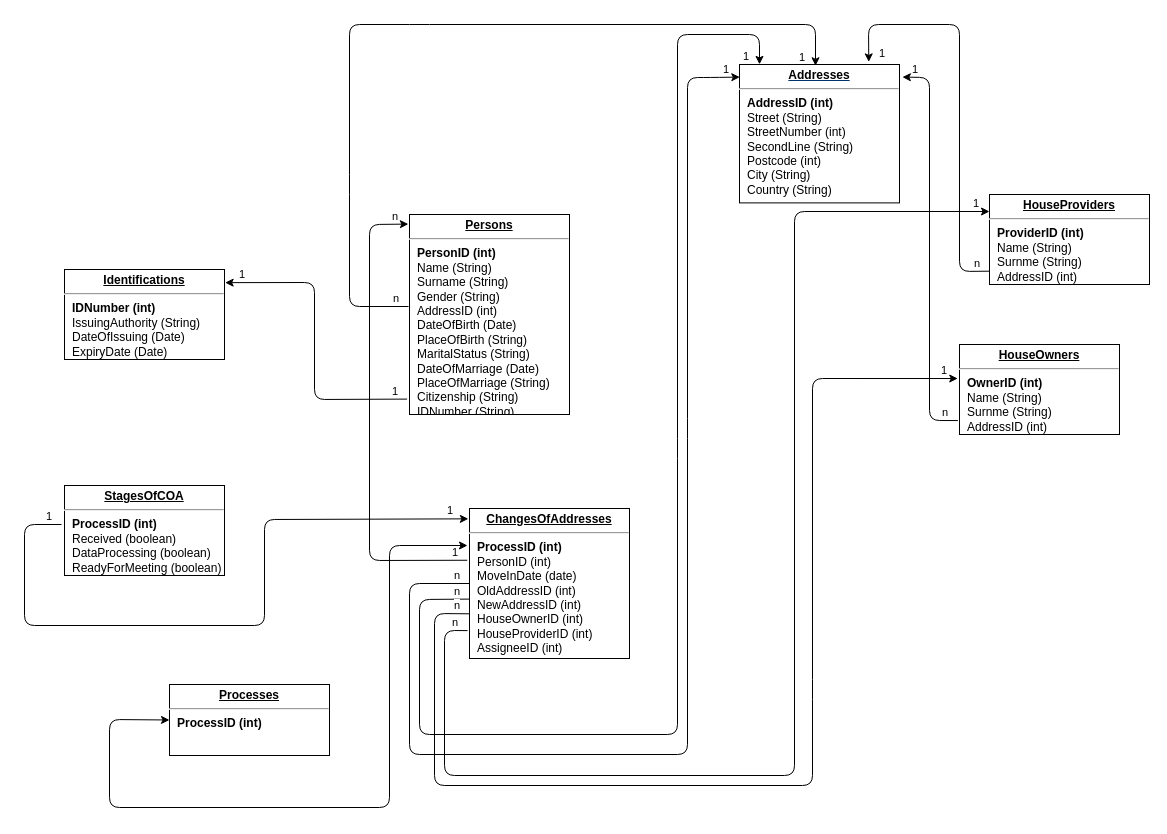
This is Datenbankstruktur/Datenbankschema.drawio from JulianGottfried/ATdIT_Gruppe2, a draw.io file, before an edit. Source tidied: cells renumbered, new cells numbered last; positions are measured from the earlier drawing's top-left corner, leaving out a move shared by most shapes. Both pictures are drawn from the tidied source at 100%, with x=0, y=0 at pixel (24, 24).
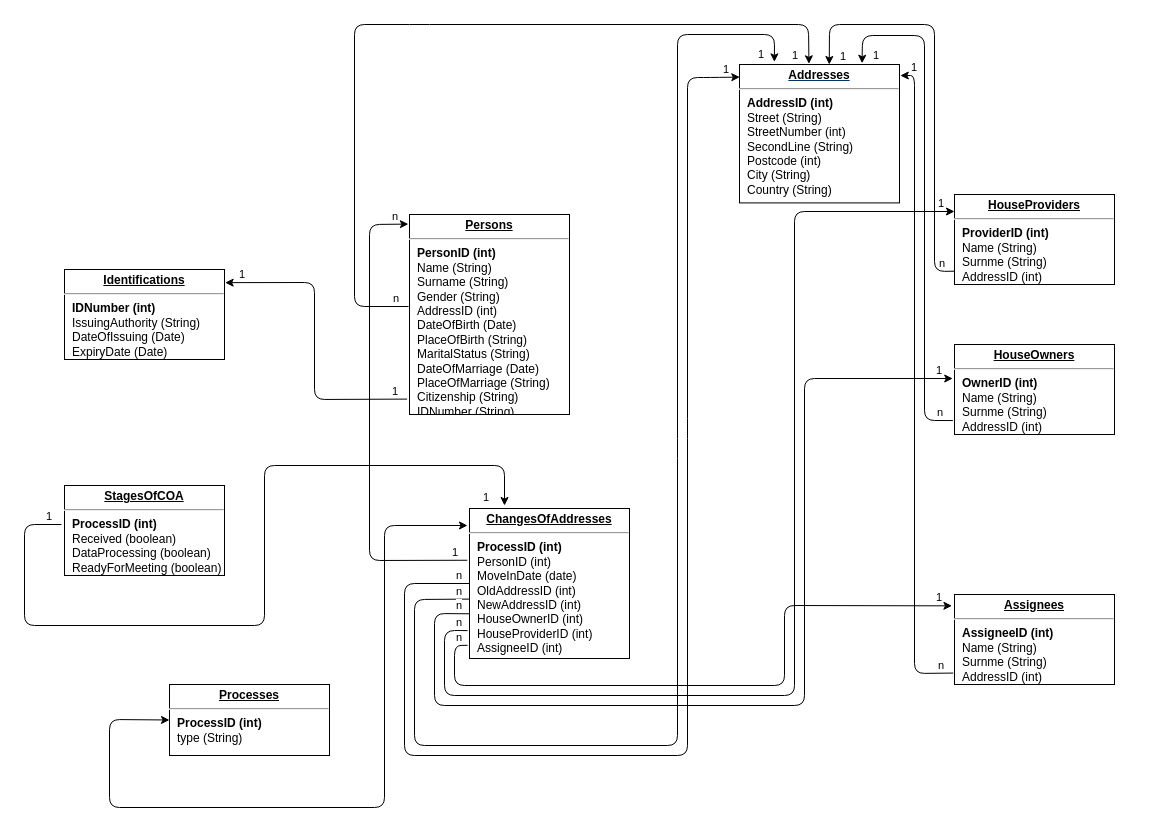
The same page after the edit.

The change refers to these unchanged cells:
```xml
<mxCell id="2" value="&lt;p style=&quot;margin: 0px ; margin-top: 4px ; text-align: center ; text-decoration: underline&quot;&gt;&lt;strong&gt;&lt;font color=&quot;#000000&quot;&gt;Addresses&lt;/font&gt;&lt;/strong&gt;&lt;/p&gt;&lt;hr&gt;&lt;p style=&quot;margin: 0px ; margin-left: 8px&quot;&gt;&lt;b&gt;&lt;font color=&quot;#000000&quot;&gt;AddressID (int)&lt;/font&gt;&lt;/b&gt;&lt;/p&gt;&lt;p style=&quot;margin: 0px ; margin-left: 8px&quot;&gt;&lt;/p&gt;&lt;p style=&quot;margin: 0px ; margin-left: 8px&quot;&gt;&lt;font color=&quot;#000000&quot;&gt;Street (String)&lt;/font&gt;&lt;/p&gt;&lt;p style=&quot;margin: 0px ; margin-left: 8px&quot;&gt;&lt;font color=&quot;#000000&quot;&gt;StreetNumber (int)&lt;/font&gt;&lt;/p&gt;&lt;p style=&quot;margin: 0px ; margin-left: 8px&quot;&gt;&lt;font color=&quot;#000000&quot;&gt;SecondLine (String)&lt;/font&gt;&lt;/p&gt;&lt;p style=&quot;margin: 0px ; margin-left: 8px&quot;&gt;&lt;font color=&quot;#000000&quot;&gt;Postcode (int)&lt;/font&gt;&lt;/p&gt;&lt;p style=&quot;margin: 0px ; margin-left: 8px&quot;&gt;&lt;font color=&quot;#000000&quot;&gt;City (String)&lt;/font&gt;&lt;/p&gt;&lt;p style=&quot;margin: 0px ; margin-left: 8px&quot;&gt;&lt;font color=&quot;#000000&quot;&gt;Country (String)&lt;/font&gt;&lt;/p&gt;" style="verticalAlign=top;align=left;overflow=fill;fontSize=12;fontFamily=Helvetica;html=1;shadow=0;fontColor=#003366;fillColor=none;" parent="1" vertex="1">
  <mxGeometry x="715" y="40" width="160" height="138.4" as="geometry" />
</mxCell>
<mxCell id="3" value="&lt;p style=&quot;margin: 4px 0px 0px ; text-align: center&quot;&gt;&lt;font color=&quot;#000000&quot;&gt;&lt;span style=&quot;font-size: 12px&quot;&gt;&lt;b&gt;&lt;u&gt;ChangesOfAddresses&lt;/u&gt;&lt;/b&gt;&lt;/span&gt;&lt;/font&gt;&lt;br&gt;&lt;/p&gt;&lt;hr&gt;&lt;p style=&quot;margin: 0px ; margin-left: 8px&quot;&gt;&lt;b&gt;&lt;font color=&quot;#000000&quot;&gt;ProcessID (int)&lt;/font&gt;&lt;/b&gt;&lt;/p&gt;&lt;p style=&quot;margin: 0px ; margin-left: 8px&quot;&gt;&lt;/p&gt;&lt;p style=&quot;margin: 0px ; margin-left: 8px&quot;&gt;&lt;font color=&quot;#000000&quot;&gt;PersonID (int)&lt;/font&gt;&lt;/p&gt;&lt;p style=&quot;margin: 0px ; margin-left: 8px&quot;&gt;&lt;font color=&quot;#000000&quot;&gt;MoveInDate (date)&lt;/font&gt;&lt;/p&gt;&lt;p style=&quot;margin: 0px ; margin-left: 8px&quot;&gt;&lt;font color=&quot;#000000&quot;&gt;OldAddressID (int)&lt;/font&gt;&lt;/p&gt;&lt;p style=&quot;margin: 0px ; margin-left: 8px&quot;&gt;&lt;font color=&quot;#000000&quot;&gt;NewAddressID (int)&lt;/font&gt;&lt;/p&gt;&lt;p style=&quot;margin: 0px ; margin-left: 8px&quot;&gt;&lt;font color=&quot;#000000&quot;&gt;HouseOwnerID (int)&lt;/font&gt;&lt;/p&gt;&lt;p style=&quot;margin: 0px ; margin-left: 8px&quot;&gt;&lt;font color=&quot;#000000&quot;&gt;HouseProviderID (int)&lt;/font&gt;&lt;/p&gt;&lt;p style=&quot;margin: 0px ; margin-left: 8px&quot;&gt;&lt;font color=&quot;#000000&quot;&gt;AssigneeID (int)&lt;/font&gt;&lt;/p&gt;&lt;p style=&quot;margin: 0px ; margin-left: 8px&quot;&gt;&lt;font color=&quot;#000000&quot;&gt;&lt;br&gt;&lt;/font&gt;&lt;/p&gt;" style="verticalAlign=top;align=left;overflow=fill;fontSize=12;fontFamily=Helvetica;html=1;shadow=0;fontColor=#003366;fillColor=none;" parent="1" vertex="1">
  <mxGeometry x="445" y="484" width="160" height="150" as="geometry" />
</mxCell>
<mxCell id="7" value="&lt;p style=&quot;margin: 4px 0px 0px ; text-align: center&quot;&gt;&lt;font color=&quot;#000000&quot;&gt;&lt;span style=&quot;font-size: 12px&quot;&gt;&lt;b&gt;&lt;u&gt;Persons&lt;/u&gt;&lt;/b&gt;&lt;/span&gt;&lt;/font&gt;&lt;br&gt;&lt;/p&gt;&lt;hr&gt;&lt;p style=&quot;margin: 0px ; margin-left: 8px&quot;&gt;&lt;b&gt;&lt;font color=&quot;#000000&quot;&gt;PersonID (int)&lt;/font&gt;&lt;/b&gt;&lt;/p&gt;&lt;p style=&quot;margin: 0px ; margin-left: 8px&quot;&gt;&lt;/p&gt;&lt;p style=&quot;margin: 0px ; margin-left: 8px&quot;&gt;&lt;font color=&quot;#000000&quot;&gt;Name (String)&lt;/font&gt;&lt;/p&gt;&lt;p style=&quot;margin: 0px ; margin-left: 8px&quot;&gt;&lt;font color=&quot;#000000&quot;&gt;Surname (String)&lt;/font&gt;&lt;/p&gt;&lt;p style=&quot;margin: 0px ; margin-left: 8px&quot;&gt;&lt;font color=&quot;#000000&quot;&gt;Gender (&lt;/font&gt;&lt;span style=&quot;color: rgb(0 , 0 , 0)&quot;&gt;String&lt;/span&gt;&lt;font color=&quot;#000000&quot;&gt;)&lt;/font&gt;&lt;/p&gt;&lt;p style=&quot;margin: 0px ; margin-left: 8px&quot;&gt;&lt;font color=&quot;#000000&quot;&gt;AddressID (int)&lt;/font&gt;&lt;/p&gt;&lt;p style=&quot;margin: 0px ; margin-left: 8px&quot;&gt;&lt;font color=&quot;#000000&quot;&gt;DateOfBirth (Date)&lt;/font&gt;&lt;/p&gt;&lt;p style=&quot;margin: 0px ; margin-left: 8px&quot;&gt;&lt;font color=&quot;#000000&quot;&gt;PlaceOfBirth (String)&lt;/font&gt;&lt;/p&gt;&lt;p style=&quot;margin: 0px ; margin-left: 8px&quot;&gt;&lt;font color=&quot;#000000&quot;&gt;MaritalStatus (String)&lt;/font&gt;&lt;/p&gt;&lt;p style=&quot;margin: 0px ; margin-left: 8px&quot;&gt;&lt;font color=&quot;#000000&quot;&gt;DateOfMarriage (Date)&lt;/font&gt;&lt;/p&gt;&lt;p style=&quot;margin: 0px ; margin-left: 8px&quot;&gt;&lt;font color=&quot;#000000&quot;&gt;PlaceOfMarriage (String)&lt;/font&gt;&lt;/p&gt;&lt;p style=&quot;margin: 0px ; margin-left: 8px&quot;&gt;&lt;font color=&quot;#000000&quot;&gt;Citizenship (String)&lt;/font&gt;&lt;/p&gt;&lt;p style=&quot;margin: 0px ; margin-left: 8px&quot;&gt;&lt;font color=&quot;#000000&quot;&gt;IDNumber (String)&lt;/font&gt;&lt;/p&gt;&lt;p style=&quot;margin: 0px ; margin-left: 8px&quot;&gt;&lt;font color=&quot;#000000&quot;&gt;&lt;br&gt;&lt;/font&gt;&lt;/p&gt;" style="verticalAlign=top;align=left;overflow=fill;fontSize=12;fontFamily=Helvetica;html=1;shadow=0;fontColor=#003366;fillColor=none;" parent="1" vertex="1">
  <mxGeometry x="385" y="190" width="160" height="200" as="geometry" />
</mxCell>
```

Change to the diagram source:
```diff
@@
     <mxCell id="4" value="&lt;p style=&quot;margin: 4px 0px 0px ; text-align: center&quot;&gt;&lt;font color=&quot;#000000&quot;&gt;&lt;span style=&quot;font-size: 12px&quot;&gt;&lt;b&gt;&lt;u&gt;HouseOwners&lt;/u&gt;&lt;/b&gt;&lt;/span&gt;&lt;/font&gt;&lt;br&gt;&lt;/p&gt;&lt;hr&gt;&lt;p style=&quot;margin: 0px ; margin-left: 8px&quot;&gt;&lt;b&gt;&lt;font color=&quot;#000000&quot;&gt;OwnerID (int)&lt;/font&gt;&lt;/b&gt;&lt;/p&gt;&lt;p style=&quot;margin: 0px ; margin-left: 8px&quot;&gt;&lt;/p&gt;&lt;p style=&quot;margin: 0px ; margin-left: 8px&quot;&gt;&lt;font color=&quot;#000000&quot;&gt;Name (String)&lt;/font&gt;&lt;/p&gt;&lt;p style=&quot;margin: 0px ; margin-left: 8px&quot;&gt;&lt;font color=&quot;#000000&quot;&gt;Surnme (String)&lt;/font&gt;&lt;/p&gt;&lt;p style=&quot;margin: 0px ; margin-left: 8px&quot;&gt;&lt;font color=&quot;#000000&quot;&gt;AddressID (int)&lt;/font&gt;&lt;/p&gt;&lt;p style=&quot;margin: 0px ; margin-left: 8px&quot;&gt;&lt;font color=&quot;#000000&quot;&gt;&lt;br&gt;&lt;/font&gt;&lt;/p&gt;" style="verticalAlign=top;align=left;overflow=fill;fontSize=12;fontFamily=Helvetica;html=1;shadow=0;fontColor=#003366;fillColor=none;" parent="1" vertex="1">
-      <mxGeometry x="935" y="320" width="160" height="90" as="geometry" />
+      <mxGeometry x="930" y="320" width="160" height="90" as="geometry" />
     </mxCell>
     <mxCell id="5" value="&lt;p style=&quot;margin: 4px 0px 0px ; text-align: center&quot;&gt;&lt;font color=&quot;#000000&quot;&gt;&lt;span style=&quot;font-size: 12px&quot;&gt;&lt;b&gt;&lt;u&gt;HouseProviders&lt;/u&gt;&lt;/b&gt;&lt;/span&gt;&lt;/font&gt;&lt;br&gt;&lt;/p&gt;&lt;hr&gt;&lt;p style=&quot;margin: 0px ; margin-left: 8px&quot;&gt;&lt;b&gt;&lt;font color=&quot;#000000&quot;&gt;ProviderID (int)&lt;/font&gt;&lt;/b&gt;&lt;/p&gt;&lt;p style=&quot;margin: 0px ; margin-left: 8px&quot;&gt;&lt;/p&gt;&lt;p style=&quot;margin: 0px ; margin-left: 8px&quot;&gt;&lt;font color=&quot;#000000&quot;&gt;Name (String)&lt;/font&gt;&lt;/p&gt;&lt;p style=&quot;margin: 0px ; margin-left: 8px&quot;&gt;&lt;font color=&quot;#000000&quot;&gt;Surnme (String)&lt;/font&gt;&lt;/p&gt;&lt;p style=&quot;margin: 0px ; margin-left: 8px&quot;&gt;&lt;font color=&quot;#000000&quot;&gt;AddressID (int)&lt;/font&gt;&lt;/p&gt;&lt;p style=&quot;margin: 0px ; margin-left: 8px&quot;&gt;&lt;font color=&quot;#000000&quot;&gt;&lt;br&gt;&lt;/font&gt;&lt;/p&gt;" style="verticalAlign=top;align=left;overflow=fill;fontSize=12;fontFamily=Helvetica;html=1;shadow=0;fontColor=#003366;fillColor=none;" parent="1" vertex="1">
-      <mxGeometry x="965" y="170" width="160" height="90" as="geometry" />
+      <mxGeometry x="930" y="170" width="160" height="90" as="geometry" />
     </mxCell>
@@
-    <mxCell id="8" value="&lt;p style=&quot;margin: 4px 0px 0px ; text-align: center&quot;&gt;&lt;font color=&quot;#000000&quot;&gt;&lt;b&gt;&lt;u&gt;Processes&lt;/u&gt;&lt;/b&gt;&lt;/font&gt;&lt;/p&gt;&lt;hr&gt;&lt;p style=&quot;margin: 0px ; margin-left: 8px&quot;&gt;&lt;b&gt;&lt;font color=&quot;#000000&quot;&gt;ProcessID (int)&lt;/font&gt;&lt;/b&gt;&lt;/p&gt;&lt;p style=&quot;margin: 0px ; margin-left: 8px&quot;&gt;&lt;font color=&quot;#000000&quot;&gt;&lt;br&gt;&lt;/font&gt;&lt;/p&gt;" style="verticalAlign=top;align=left;overflow=fill;fontSize=12;fontFamily=Helvetica;html=1;shadow=0;fontColor=#003366;fillColor=none;" parent="1" vertex="1">
+    <mxCell id="8" value="&lt;p style=&quot;margin: 4px 0px 0px ; text-align: center&quot;&gt;&lt;font color=&quot;#000000&quot;&gt;&lt;b&gt;&lt;u&gt;Processes&lt;/u&gt;&lt;/b&gt;&lt;/font&gt;&lt;/p&gt;&lt;hr&gt;&lt;p style=&quot;margin: 0px ; margin-left: 8px&quot;&gt;&lt;b&gt;&lt;font color=&quot;#000000&quot;&gt;ProcessID (int)&lt;/font&gt;&lt;/b&gt;&lt;/p&gt;&lt;p style=&quot;margin: 0px ; margin-left: 8px&quot;&gt;&lt;font color=&quot;#000000&quot;&gt;type (String)&lt;/font&gt;&lt;/p&gt;&lt;p style=&quot;margin: 0px ; margin-left: 8px&quot;&gt;&lt;font color=&quot;#000000&quot;&gt;&lt;br&gt;&lt;/font&gt;&lt;/p&gt;" style="verticalAlign=top;align=left;overflow=fill;fontSize=12;fontFamily=Helvetica;html=1;shadow=0;fontColor=#003366;fillColor=none;" parent="1" vertex="1">
       <mxGeometry x="145" y="660" width="160" height="71" as="geometry" />
     </mxCell>
-    <mxCell id="9" style="endArrow=classic;html=1;exitX=-0.006;exitY=0.46;exitDx=0;exitDy=0;exitPerimeter=0;entryX=0.475;entryY=0.009;entryDx=0;entryDy=0;entryPerimeter=0;" parent="1" edge="1" source="7" target="2">
+    <mxCell id="9" style="endArrow=classic;html=1;exitX=-0.006;exitY=0.46;exitDx=0;exitDy=0;exitPerimeter=0;entryX=0.434;entryY=-0.005;entryDx=0;entryDy=0;entryPerimeter=0;" parent="1" edge="1" source="7" target="2">
       <mxGeometry relative="1" as="geometry">
         <Array as="points">
-          <mxPoint x="325" y="282" />
-          <mxPoint x="325" y="160" />
-          <mxPoint x="325" />
+          <mxPoint x="330" y="282" />
+          <mxPoint x="330" />
           <mxPoint x="395" />
-          <mxPoint x="791" />
+          <mxPoint x="784" />
         </Array>
       </mxGeometry>
     </mxCell>
@@
-    <mxCell id="12" style="endArrow=classic;html=1;exitX=-0.01;exitY=0.845;exitDx=0;exitDy=0;exitPerimeter=0;entryX=1.018;entryY=0.091;entryDx=0;entryDy=0;entryPerimeter=0;" parent="1" edge="1" source="4" target="2">
+    <mxCell id="12" style="endArrow=classic;html=1;exitX=-0.01;exitY=0.845;exitDx=0;exitDy=0;exitPerimeter=0;entryX=0.766;entryY=-0.009;entryDx=0;entryDy=0;entryPerimeter=0;" parent="1" edge="1" source="4" target="2">
       <mxGeometry relative="1" as="geometry">
         <Array as="points">
-          <mxPoint x="905" y="396" />
-          <mxPoint x="905" y="53" />
+          <mxPoint x="900" y="396" />
+          <mxPoint x="900" y="11" />
+          <mxPoint x="838" y="11" />
         </Array>
       </mxGeometry>
     </mxCell>
@@
-    <mxCell id="15" style="endArrow=classic;html=1;exitX=0;exitY=0.852;exitDx=0;exitDy=0;exitPerimeter=0;entryX=0.808;entryY=-0.019;entryDx=0;entryDy=0;entryPerimeter=0;" parent="1" edge="1" source="5" target="2">
+    <mxCell id="15" style="endArrow=classic;html=1;exitX=0;exitY=0.852;exitDx=0;exitDy=0;exitPerimeter=0;entryX=0.561;entryY=0;entryDx=0;entryDy=0;entryPerimeter=0;" parent="1" edge="1" source="5" target="2">
       <mxGeometry relative="1" as="geometry">
         <Array as="points">
-          <mxPoint x="935" y="247" />
-          <mxPoint x="935" />
-          <mxPoint x="844" />
+          <mxPoint x="910" y="247" />
+          <mxPoint x="910" />
+          <mxPoint x="805" />
         </Array>
       </mxGeometry>
     </mxCell>
@@
     <mxCell id="18" style="endArrow=classic;html=1;exitX=0;exitY=0.5;exitDx=0;exitDy=0;endFill=1;startArrow=classic;startFill=1;" parent="1" edge="1" source="8">
       <mxGeometry relative="1" as="geometry">
-        <mxPoint x="443" y="521" as="targetPoint" />
+        <mxPoint x="443" y="501" as="targetPoint" />
         <Array as="points">
           <mxPoint x="85" y="695" />
           <mxPoint x="85" y="783" />
-          <mxPoint x="365" y="783" />
-          <mxPoint x="365" y="521" />
+          <mxPoint x="360" y="783" />
+          <mxPoint x="360" y="501" />
         </Array>
       </mxGeometry>
     </mxCell>
@@
     <mxCell id="25" style="endArrow=classic;html=1;exitX=0;exitY=0.5;exitDx=0;exitDy=0;entryX=0.002;entryY=0.091;entryDx=0;entryDy=0;entryPerimeter=0;" parent="1" edge="1" source="3" target="2">
       <mxGeometry relative="1" as="geometry">
         <Array as="points">
-          <mxPoint x="385" y="559" />
-          <mxPoint x="385" y="730" />
-          <mxPoint x="663" y="730" />
+          <mxPoint x="380" y="559" />
+          <mxPoint x="380" y="731" />
+          <mxPoint x="663" y="731" />
           <mxPoint x="663" y="404" />
           <mxPoint x="663" y="53" />
           <mxPoint x="685" y="53" />
         </Array>
       </mxGeometry>
     </mxCell>
     <mxCell id="26" value="n" style="edgeLabel;html=1;align=left;verticalAlign=bottom;" parent="25" vertex="1">
       <mxGeometry x="-1" relative="1" as="geometry">
-        <mxPoint x="-17" as="offset" />
+        <mxPoint x="-15" as="offset" />
       </mxGeometry>
     </mxCell>
@@
-    <mxCell id="28" style="endArrow=classic;html=1;exitX=0.001;exitY=0.604;exitDx=0;exitDy=0;exitPerimeter=0;entryX=0.125;entryY=-0.001;entryDx=0;entryDy=0;entryPerimeter=0;" parent="1" edge="1" source="3" target="2">
+    <mxCell id="28" style="endArrow=classic;html=1;exitX=0.001;exitY=0.604;exitDx=0;exitDy=0;exitPerimeter=0;entryX=0.218;entryY=-0.019;entryDx=0;entryDy=0;entryPerimeter=0;" parent="1" edge="1" source="3" target="2">
       <mxGeometry relative="1" as="geometry">
         <Array as="points">
-          <mxPoint x="395" y="575" />
-          <mxPoint x="395" y="710" />
-          <mxPoint x="653" y="710" />
+          <mxPoint x="390" y="575" />
+          <mxPoint x="390" y="721" />
+          <mxPoint x="653" y="721" />
           <mxPoint x="653" y="424" />
           <mxPoint x="653" y="10" />
-          <mxPoint x="735" y="10" />
+          <mxPoint x="750" y="10" />
         </Array>
       </mxGeometry>
     </mxCell>
     <mxCell id="29" value="n" style="edgeLabel;html=1;align=left;verticalAlign=bottom;" parent="28" vertex="1">
       <mxGeometry x="-1" relative="1" as="geometry">
-        <mxPoint x="-17" as="offset" />
+        <mxPoint x="-15" as="offset" />
       </mxGeometry>
     </mxCell>
@@
-    <mxCell id="31" style="endArrow=classic;html=1;entryX=-0.011;entryY=0.378;entryDx=0;entryDy=0;entryPerimeter=0;exitX=-0.002;exitY=0.702;exitDx=0;exitDy=0;exitPerimeter=0;" parent="1" edge="1" source="3" target="4">
+    <mxCell id="31" style="endArrow=classic;html=1;entryX=-0.011;entryY=0.378;entryDx=0;entryDy=0;entryPerimeter=0;exitX=-0.002;exitY=0.702;exitDx=0;exitDy=0;exitPerimeter=0;fontStyle=1;" parent="1" edge="1" source="3" target="4">
       <mxGeometry relative="1" as="geometry">
         <Array as="points">
           <mxPoint x="410" y="589" />
-          <mxPoint x="410" y="761" />
-          <mxPoint x="788" y="761" />
-          <mxPoint x="788" y="665" />
-          <mxPoint x="788" y="354" />
+          <mxPoint x="410" y="681" />
+          <mxPoint x="780" y="681" />
+          <mxPoint x="780" y="354" />
         </Array>
       </mxGeometry>
     </mxCell>
     <mxCell id="32" value="n" style="edgeLabel;html=1;align=left;verticalAlign=bottom;" parent="31" vertex="1">
       <mxGeometry x="-1" relative="1" as="geometry">
-        <mxPoint x="-17" as="offset" />
+        <mxPoint x="-15" as="offset" />
       </mxGeometry>
     </mxCell>
@@
     <mxCell id="34" style="endArrow=classic;html=1;entryX=0;entryY=0.189;entryDx=0;entryDy=0;entryPerimeter=0;exitX=-0.012;exitY=0.814;exitDx=0;exitDy=0;exitPerimeter=0;" parent="1" edge="1" source="3" target="5">
       <mxGeometry relative="1" as="geometry">
         <Array as="points">
           <mxPoint x="420" y="606" />
-          <mxPoint x="420" y="751" />
-          <mxPoint x="770" y="751" />
+          <mxPoint x="420" y="671" />
+          <mxPoint x="770" y="671" />
           <mxPoint x="770" y="187" />
         </Array>
       </mxGeometry>
     </mxCell>
     <mxCell id="35" value="n" style="edgeLabel;html=1;align=left;verticalAlign=bottom;" parent="34" vertex="1">
       <mxGeometry x="-1" relative="1" as="geometry">
-        <mxPoint x="-17" as="offset" />
+        <mxPoint x="-13" as="offset" />
       </mxGeometry>
     </mxCell>
@@
-    <mxCell id="38" style="endArrow=classic;html=1;entryX=-0.007;entryY=0.069;entryDx=0;entryDy=0;entryPerimeter=0;" parent="1" edge="1" target="3">
+    <mxCell id="38" style="endArrow=classic;html=1;" parent="1" edge="1">
       <mxGeometry relative="1" as="geometry">
         <mxPoint x="37" y="500" as="sourcePoint" />
+        <mxPoint x="480" y="481" as="targetPoint" />
         <Array as="points">
           <mxPoint y="500" />
           <mxPoint y="601" />
           <mxPoint x="240" y="601" />
-          <mxPoint x="240" y="495" />
+          <mxPoint x="240" y="441" />
+          <mxPoint x="480" y="441" />
         </Array>
       </mxGeometry>
     </mxCell>
@@
+    <mxCell id="41" value="&lt;p style=&quot;margin: 4px 0px 0px ; text-align: center&quot;&gt;&lt;font color=&quot;#000000&quot;&gt;&lt;span style=&quot;font-size: 12px&quot;&gt;&lt;b&gt;&lt;u&gt;Assignees&lt;/u&gt;&lt;/b&gt;&lt;/span&gt;&lt;/font&gt;&lt;br&gt;&lt;/p&gt;&lt;hr&gt;&lt;p style=&quot;margin: 0px ; margin-left: 8px&quot;&gt;&lt;b&gt;&lt;font color=&quot;#000000&quot;&gt;AssigneeID (int)&lt;/font&gt;&lt;/b&gt;&lt;/p&gt;&lt;p style=&quot;margin: 0px ; margin-left: 8px&quot;&gt;&lt;/p&gt;&lt;p style=&quot;margin: 0px ; margin-left: 8px&quot;&gt;&lt;font color=&quot;#000000&quot;&gt;Name (String)&lt;/font&gt;&lt;/p&gt;&lt;p style=&quot;margin: 0px ; margin-left: 8px&quot;&gt;&lt;font color=&quot;#000000&quot;&gt;Surnme (String)&lt;/font&gt;&lt;/p&gt;&lt;p style=&quot;margin: 0px ; margin-left: 8px&quot;&gt;&lt;font color=&quot;#000000&quot;&gt;AddressID (int)&lt;/font&gt;&lt;/p&gt;&lt;p style=&quot;margin: 0px ; margin-left: 8px&quot;&gt;&lt;font color=&quot;#000000&quot;&gt;&lt;br&gt;&lt;/font&gt;&lt;/p&gt;" style="verticalAlign=top;align=left;overflow=fill;fontSize=12;fontFamily=Helvetica;html=1;shadow=0;fontColor=#003366;fillColor=none;" parent="1" vertex="1">
+      <mxGeometry x="930" y="570" width="160" height="90" as="geometry" />
+    </mxCell>
+    <mxCell id="42" style="endArrow=classic;html=1;entryX=-0.016;entryY=0.126;entryDx=0;entryDy=0;entryPerimeter=0;exitX=-0.012;exitY=0.912;exitDx=0;exitDy=0;exitPerimeter=0;" parent="1" edge="1" source="3" target="41">
+      <mxGeometry relative="1" as="geometry">
+        <Array as="points">
+          <mxPoint x="430" y="621" />
+          <mxPoint x="430" y="661" />
+          <mxPoint x="760" y="661" />
+          <mxPoint x="760" y="581" />
+        </Array>
+      </mxGeometry>
+    </mxCell>
+    <mxCell id="43" value="n" style="edgeLabel;html=1;align=left;verticalAlign=bottom;" parent="42" vertex="1">
+      <mxGeometry x="-1" relative="1" as="geometry">
+        <mxPoint x="-13" as="offset" />
+      </mxGeometry>
+    </mxCell>
+    <mxCell id="44" value="1" style="edgeLabel;html=1;align=right;verticalAlign=bottom;" parent="42" vertex="1">
+      <mxGeometry x="1" relative="1" as="geometry">
+        <mxPoint x="-10" as="offset" />
+      </mxGeometry>
+    </mxCell>
+    <mxCell id="45" style="endArrow=classic;html=1;exitX=-0.008;exitY=0.873;exitDx=0;exitDy=0;exitPerimeter=0;entryX=1.005;entryY=0.08;entryDx=0;entryDy=0;entryPerimeter=0;" parent="1" edge="1" source="41" target="2">
+      <mxGeometry relative="1" as="geometry">
+        <Array as="points">
+          <mxPoint x="890" y="649" />
+          <mxPoint x="890" y="51" />
+        </Array>
+      </mxGeometry>
+    </mxCell>
+    <mxCell id="46" value="n" style="edgeLabel;html=1;align=left;verticalAlign=bottom;" parent="45" vertex="1">
+      <mxGeometry x="-1" relative="1" as="geometry">
+        <mxPoint x="-17" as="offset" />
+      </mxGeometry>
+    </mxCell>
+    <mxCell id="47" value="1" style="edgeLabel;html=1;align=right;verticalAlign=bottom;" parent="45" vertex="1">
+      <mxGeometry x="1" relative="1" as="geometry">
+        <mxPoint x="17" as="offset" />
+      </mxGeometry>
+    </mxCell>
```
